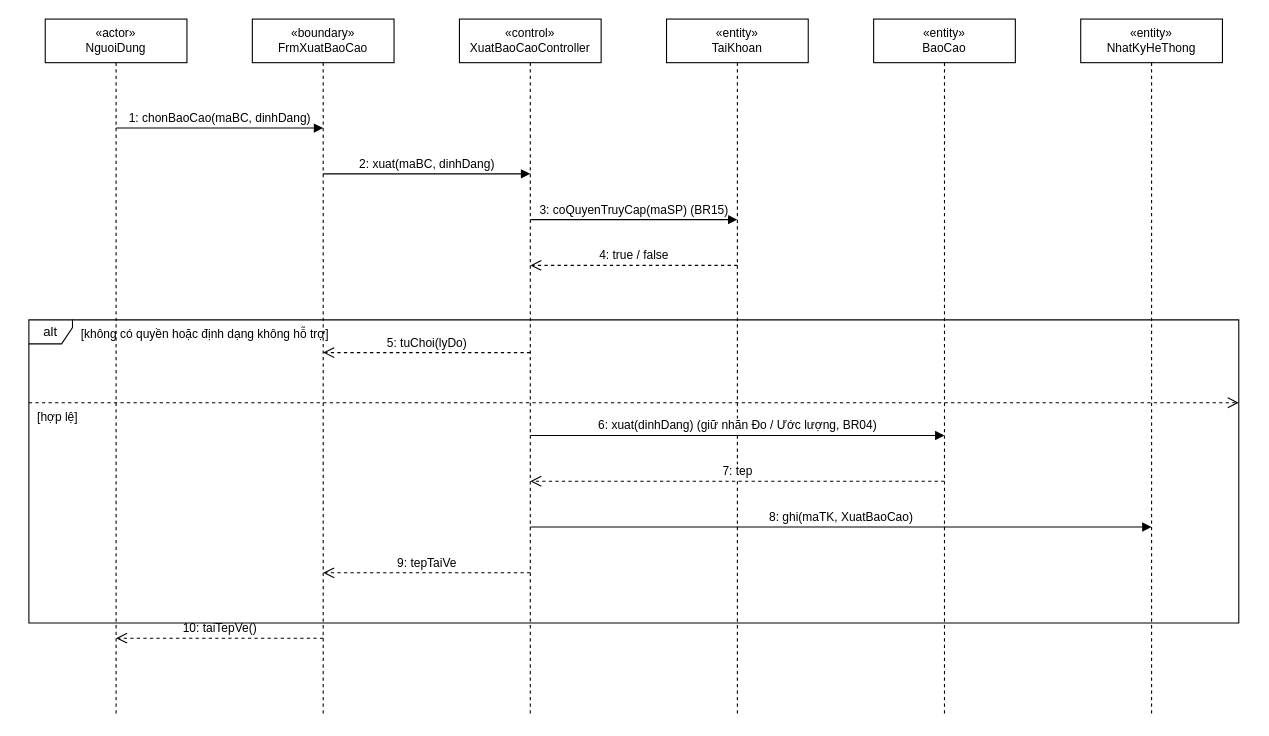
Earlier version of the draw.io diagram docs/diagrams/03_TuanTu/UC_GD_021_Sequence_XuatBaoCao.drawio (TranThienNhan8279/GreenDash). Source tidied: cells renumbered, new cells numbered last; positions are measured from the earlier drawing's top-left corner, leaving out a move shared by most shapes. Both pictures are drawn from the tidied source at 109%, with x=0, y=0 at pixel (28, 19).
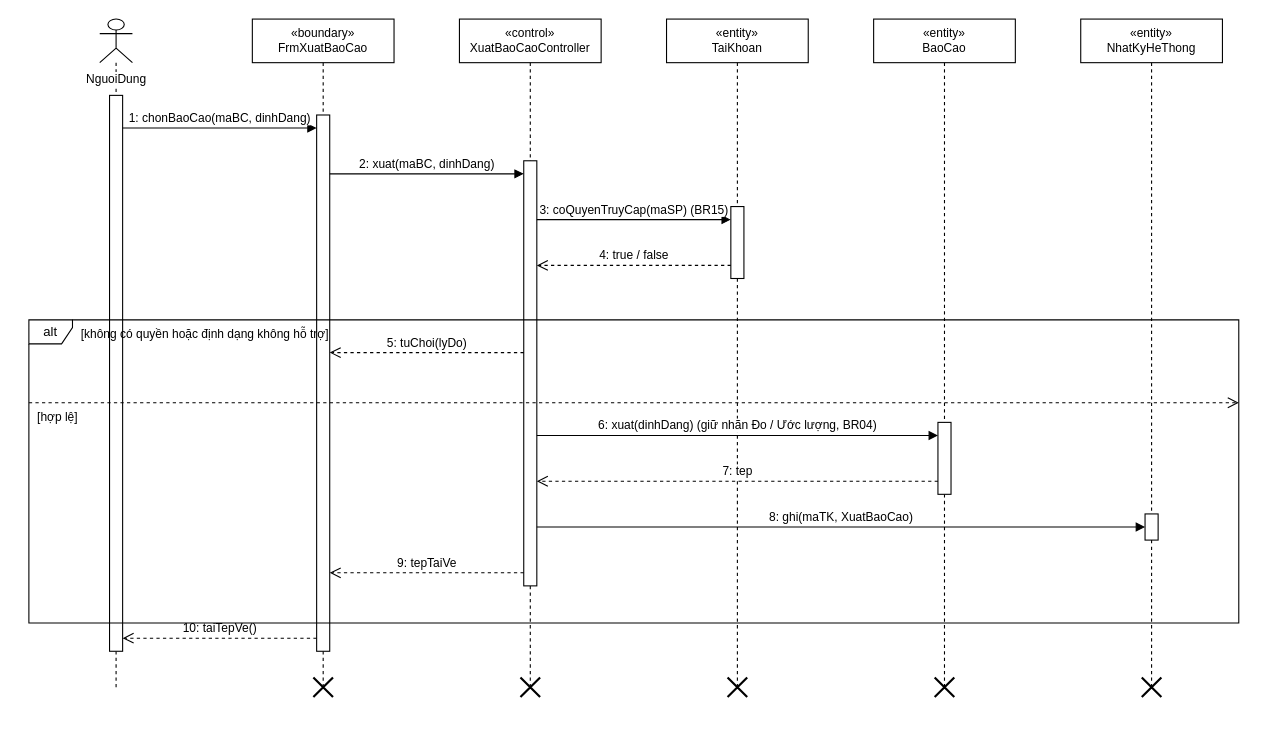
After the change.

Change to the diagram source:
```diff
@@
-    <mxCell id="2" value="«actor»&lt;br&gt;NguoiDung" style="shape=umlLifeline;perimeter=lifelinePerimeter;whiteSpace=wrap;html=1;fontSize=11;" parent="1" vertex="1">
-      <mxGeometry x="15" width="130" height="640" as="geometry" />
+    <mxCell id="2" value="NguoiDung" style="shape=umlLifeline;participant=umlActor;verticalAlign=top;spacingTop=42;labelBackgroundColor=#ffffff;perimeter=lifelinePerimeter;whiteSpace=nowrap;html=1;fontSize=11;" parent="1" vertex="1">
+      <mxGeometry x="65" width="30" height="613" as="geometry" />
     </mxCell>
     <mxCell id="3" value="«boundary»&lt;br&gt;FrmXuatBaoCao" style="shape=umlLifeline;perimeter=lifelinePerimeter;whiteSpace=wrap;html=1;fontSize=11;" parent="1" vertex="1">
-      <mxGeometry x="205" width="130" height="640" as="geometry" />
+      <mxGeometry x="205" width="130" height="613" as="geometry" />
     </mxCell>
     <mxCell id="4" value="«control»&lt;br&gt;XuatBaoCaoController" style="shape=umlLifeline;perimeter=lifelinePerimeter;whiteSpace=wrap;html=1;fontSize=11;" parent="1" vertex="1">
-      <mxGeometry x="395" width="130" height="640" as="geometry" />
+      <mxGeometry x="395" width="130" height="613" as="geometry" />
     </mxCell>
     <mxCell id="5" value="«entity»&lt;br&gt;TaiKhoan" style="shape=umlLifeline;perimeter=lifelinePerimeter;whiteSpace=wrap;html=1;fontSize=11;" parent="1" vertex="1">
-      <mxGeometry x="585" width="130" height="640" as="geometry" />
+      <mxGeometry x="585" width="130" height="613" as="geometry" />
     </mxCell>
     <mxCell id="6" value="«entity»&lt;br&gt;BaoCao" style="shape=umlLifeline;perimeter=lifelinePerimeter;whiteSpace=wrap;html=1;fontSize=11;" parent="1" vertex="1">
-      <mxGeometry x="775" width="130" height="640" as="geometry" />
+      <mxGeometry x="775" width="130" height="613" as="geometry" />
     </mxCell>
     <mxCell id="7" value="«entity»&lt;br&gt;NhatKyHeThong" style="shape=umlLifeline;perimeter=lifelinePerimeter;whiteSpace=wrap;html=1;fontSize=11;" parent="1" vertex="1">
-      <mxGeometry x="965" width="130" height="640" as="geometry" />
+      <mxGeometry x="965" width="130" height="613" as="geometry" />
     </mxCell>
+    <mxCell id="22" style="html=1;perimeter=orthogonalPerimeter;fillColor=#ffffff;strokeColor=#000000;" parent="1" vertex="1">
+      <mxGeometry x="74" y="70" width="12" height="510" as="geometry" />
+    </mxCell>
+    <mxCell id="23" style="html=1;perimeter=orthogonalPerimeter;fillColor=#ffffff;strokeColor=#000000;" parent="1" vertex="1">
+      <mxGeometry x="264" y="88" width="12" height="492" as="geometry" />
+    </mxCell>
+    <mxCell id="24" style="shape=umlDestroy;html=1;strokeWidth=2;strokeColor=#000000;" parent="1" vertex="1">
+      <mxGeometry x="261" y="604" width="18" height="18" as="geometry" />
+    </mxCell>
+    <mxCell id="25" style="html=1;perimeter=orthogonalPerimeter;fillColor=#ffffff;strokeColor=#000000;" parent="1" vertex="1">
+      <mxGeometry x="454" y="130" width="12" height="390" as="geometry" />
+    </mxCell>
+    <mxCell id="26" style="shape=umlDestroy;html=1;strokeWidth=2;strokeColor=#000000;" parent="1" vertex="1">
+      <mxGeometry x="451" y="604" width="18" height="18" as="geometry" />
+    </mxCell>
+    <mxCell id="27" style="html=1;perimeter=orthogonalPerimeter;fillColor=#ffffff;strokeColor=#000000;" parent="1" vertex="1">
+      <mxGeometry x="644" y="172" width="12" height="66" as="geometry" />
+    </mxCell>
+    <mxCell id="28" style="shape=umlDestroy;html=1;strokeWidth=2;strokeColor=#000000;" parent="1" vertex="1">
+      <mxGeometry x="641" y="604" width="18" height="18" as="geometry" />
+    </mxCell>
+    <mxCell id="29" style="html=1;perimeter=orthogonalPerimeter;fillColor=#ffffff;strokeColor=#000000;" parent="1" vertex="1">
+      <mxGeometry x="834" y="370" width="12" height="66" as="geometry" />
+    </mxCell>
+    <mxCell id="30" style="shape=umlDestroy;html=1;strokeWidth=2;strokeColor=#000000;" parent="1" vertex="1">
+      <mxGeometry x="831" y="604" width="18" height="18" as="geometry" />
+    </mxCell>
+    <mxCell id="31" style="html=1;perimeter=orthogonalPerimeter;fillColor=#ffffff;strokeColor=#000000;" parent="1" vertex="1">
+      <mxGeometry x="1024" y="454" width="12" height="24" as="geometry" />
+    </mxCell>
+    <mxCell id="32" style="shape=umlDestroy;html=1;strokeWidth=2;strokeColor=#000000;" parent="1" vertex="1">
+      <mxGeometry x="1021" y="604" width="18" height="18" as="geometry" />
+    </mxCell>
     <mxCell id="8" value="1: chonBaoCao(maBC, dinhDang)" style="html=1;verticalAlign=bottom;endArrow=block;endFill=1;" parent="1" edge="1">
       <mxGeometry relative="1" as="geometry">
-        <mxPoint x="80" y="100" as="sourcePoint" />
-        <mxPoint x="270" y="100" as="targetPoint" />
+        <mxPoint x="86" y="100" as="sourcePoint" />
+        <mxPoint x="264" y="100" as="targetPoint" />
       </mxGeometry>
     </mxCell>
     <mxCell id="9" value="2: xuat(maBC, dinhDang)" style="html=1;verticalAlign=bottom;endArrow=block;endFill=1;" parent="1" edge="1">
       <mxGeometry relative="1" as="geometry">
-        <mxPoint x="270" y="142" as="sourcePoint" />
-        <mxPoint x="460" y="142" as="targetPoint" />
+        <mxPoint x="276" y="142" as="sourcePoint" />
+        <mxPoint x="454" y="142" as="targetPoint" />
       </mxGeometry>
     </mxCell>
     <mxCell id="10" value="3: coQuyenTruyCap(maSP)  (BR15)" style="html=1;verticalAlign=bottom;endArrow=block;endFill=1;" parent="1" edge="1">
       <mxGeometry relative="1" as="geometry">
-        <mxPoint x="460" y="184" as="sourcePoint" />
-        <mxPoint x="650" y="184" as="targetPoint" />
+        <mxPoint x="466" y="184" as="sourcePoint" />
+        <mxPoint x="644" y="184" as="targetPoint" />
       </mxGeometry>
     </mxCell>
     <mxCell id="11" value="4: true / false" style="html=1;verticalAlign=bottom;endArrow=open;endSize=8;dashed=1;" parent="1" edge="1">
       <mxGeometry relative="1" as="geometry">
-        <mxPoint x="650" y="226" as="sourcePoint" />
-        <mxPoint x="460" y="226" as="targetPoint" />
+        <mxPoint x="644" y="226" as="sourcePoint" />
+        <mxPoint x="466" y="226" as="targetPoint" />
       </mxGeometry>
     </mxCell>
     <mxCell id="12" value="5: tuChoi(lyDo)" style="html=1;verticalAlign=bottom;endArrow=open;endSize=8;dashed=1;" parent="1" edge="1">
       <mxGeometry relative="1" as="geometry">
-        <mxPoint x="460" y="306" as="sourcePoint" />
-        <mxPoint x="270" y="306" as="targetPoint" />
+        <mxPoint x="454" y="306" as="sourcePoint" />
+        <mxPoint x="276" y="306" as="targetPoint" />
       </mxGeometry>
     </mxCell>
     <mxCell id="13" value="6: xuat(dinhDang)  (giữ nhãn Đo / Ước lượng, BR04)" style="html=1;verticalAlign=bottom;endArrow=block;endFill=1;" parent="1" edge="1">
       <mxGeometry relative="1" as="geometry">
-        <mxPoint x="460" y="382" as="sourcePoint" />
-        <mxPoint x="840" y="382" as="targetPoint" />
+        <mxPoint x="466" y="382" as="sourcePoint" />
+        <mxPoint x="834" y="382" as="targetPoint" />
       </mxGeometry>
     </mxCell>
     <mxCell id="14" value="7: tep" style="html=1;verticalAlign=bottom;endArrow=open;endSize=8;dashed=1;" parent="1" edge="1">
       <mxGeometry relative="1" as="geometry">
-        <mxPoint x="840" y="424" as="sourcePoint" />
-        <mxPoint x="460" y="424" as="targetPoint" />
+        <mxPoint x="834" y="424" as="sourcePoint" />
+        <mxPoint x="466" y="424" as="targetPoint" />
       </mxGeometry>
     </mxCell>
     <mxCell id="15" value="8: ghi(maTK, XuatBaoCao)" style="html=1;verticalAlign=bottom;endArrow=block;endFill=1;" parent="1" edge="1">
       <mxGeometry relative="1" as="geometry">
-        <mxPoint x="460" y="466" as="sourcePoint" />
-        <mxPoint x="1030" y="466" as="targetPoint" />
+        <mxPoint x="466" y="466" as="sourcePoint" />
+        <mxPoint x="1024" y="466" as="targetPoint" />
       </mxGeometry>
     </mxCell>
     <mxCell id="16" value="9: tepTaiVe" style="html=1;verticalAlign=bottom;endArrow=open;endSize=8;dashed=1;" parent="1" edge="1">
       <mxGeometry relative="1" as="geometry">
-        <mxPoint x="460" y="508" as="sourcePoint" />
-        <mxPoint x="270" y="508" as="targetPoint" />
+        <mxPoint x="454" y="508" as="sourcePoint" />
+        <mxPoint x="276" y="508" as="targetPoint" />
       </mxGeometry>
     </mxCell>
     <mxCell id="17" value="10: taiTepVe()" style="html=1;verticalAlign=bottom;endArrow=open;endSize=8;dashed=1;" parent="1" edge="1">
       <mxGeometry relative="1" as="geometry">
-        <mxPoint x="270" y="568" as="sourcePoint" />
-        <mxPoint x="80" y="568" as="targetPoint" />
+        <mxPoint x="264" y="568" as="sourcePoint" />
+        <mxPoint x="86" y="568" as="targetPoint" />
       </mxGeometry>
     </mxCell>
```
